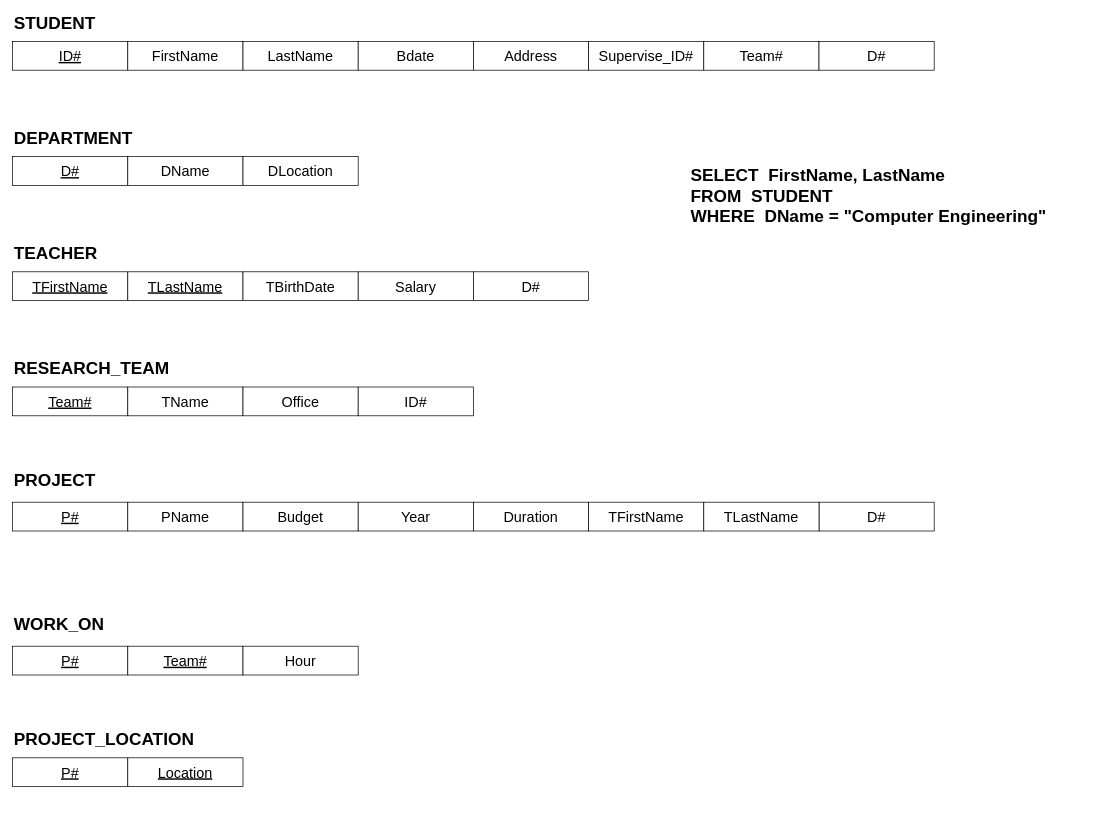
The draw.io diagram page "ข้อ3.2" (8 of 11) of relational_database_model.drawio in phlpat/test_repo, before the edit. Source tidied: cells renumbered, new cells numbered last; positions are measured from the earlier drawing's top-left corner, leaving out a move shared by most shapes. Both pictures are drawn from the tidied source at 72%, with x=0, y=0 at pixel (12, 12).
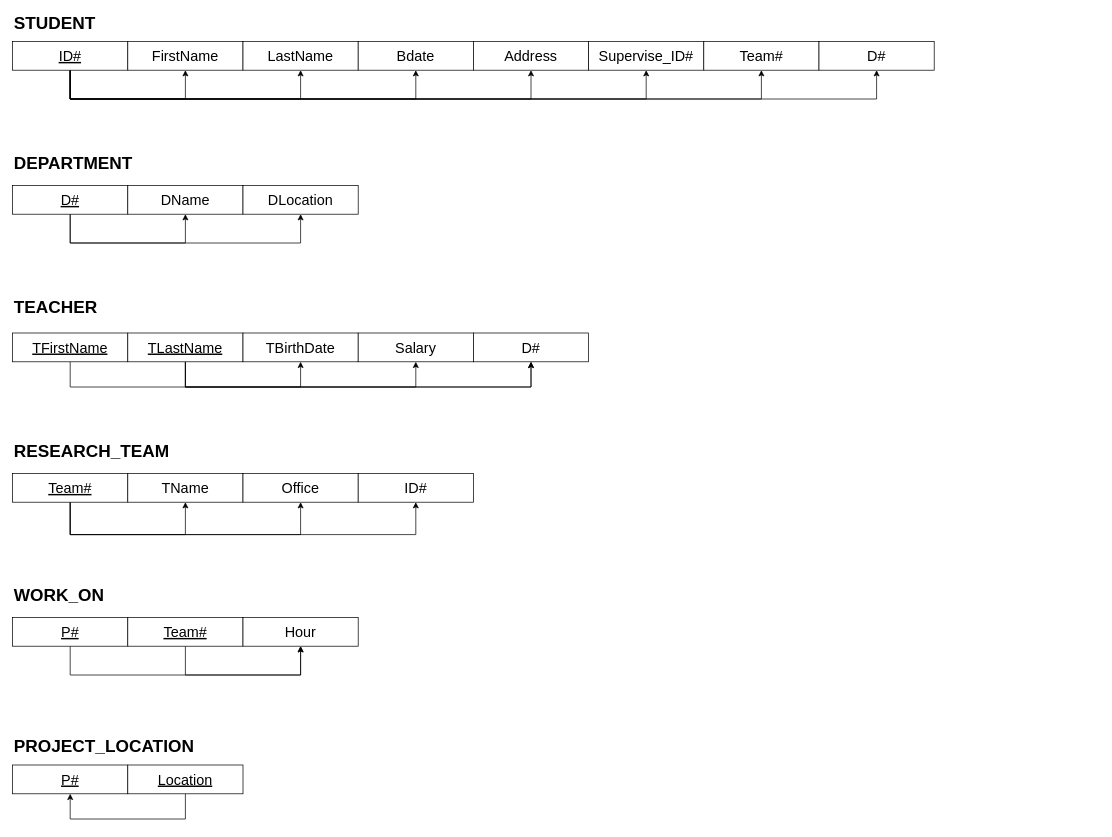
Above is the later version.

Unchanged cells that the change refers to:
```xml
<mxCell id="2" value="&lt;font style=&quot;font-size: 20px&quot;&gt;&lt;u&gt;ID#&lt;/u&gt;&lt;/font&gt;" style="rounded=0;whiteSpace=wrap;html=1;" parent="1" vertex="1">
  <mxGeometry y="40" width="160" height="40" as="geometry" />
</mxCell>
<mxCell id="8" value="&lt;font style=&quot;font-size: 20px&quot;&gt;FirstName&lt;/font&gt;" style="rounded=0;whiteSpace=wrap;html=1;" parent="1" vertex="1">
  <mxGeometry x="160" y="40" width="160" height="40" as="geometry" />
</mxCell>
<mxCell id="9" value="&lt;font style=&quot;font-size: 20px&quot;&gt;LastName&lt;/font&gt;" style="rounded=0;whiteSpace=wrap;html=1;" parent="1" vertex="1">
  <mxGeometry x="320" y="40" width="160" height="40" as="geometry" />
</mxCell>
<mxCell id="10" value="&lt;font style=&quot;font-size: 20px&quot;&gt;Bdate&lt;/font&gt;" style="rounded=0;whiteSpace=wrap;html=1;" parent="1" vertex="1">
  <mxGeometry x="480" y="40" width="160" height="40" as="geometry" />
</mxCell>
<mxCell id="11" value="&lt;font style=&quot;font-size: 20px&quot;&gt;Address&lt;/font&gt;" style="rounded=0;whiteSpace=wrap;html=1;" parent="1" vertex="1">
  <mxGeometry x="640" y="40" width="160" height="40" as="geometry" />
</mxCell>
<mxCell id="27" value="&lt;span style=&quot;font-size: 20px&quot;&gt;Supervise_ID#&lt;/span&gt;" style="rounded=0;whiteSpace=wrap;html=1;" parent="1" vertex="1">
  <mxGeometry x="800" y="40" width="160" height="40" as="geometry" />
</mxCell>
<mxCell id="28" value="&lt;span style=&quot;font-size: 20px&quot;&gt;Team#&lt;/span&gt;" style="rounded=0;whiteSpace=wrap;html=1;" parent="1" vertex="1">
  <mxGeometry x="960" y="40" width="160" height="40" as="geometry" />
</mxCell>
<mxCell id="30" value="&lt;font style=&quot;font-size: 20px&quot;&gt;D#&lt;/font&gt;" style="rounded=0;whiteSpace=wrap;html=1;" parent="1" vertex="1">
  <mxGeometry x="1120" y="40" width="160" height="40" as="geometry" />
</mxCell>
```

The edit, as a diff of the source:
```diff
@@
+    <mxCell id="43" style="edgeStyle=orthogonalEdgeStyle;rounded=0;jettySize=auto;html=1;entryX=0.5;entryY=1;entryDx=0;entryDy=0;" parent="1" edge="1" source="2" target="30">
+      <mxGeometry relative="1" as="geometry">
+        <Array as="points">
+          <mxPoint x="80" y="120" />
+          <mxPoint x="1200" y="120" />
+        </Array>
+      </mxGeometry>
+    </mxCell>
+    <mxCell id="44" style="edgeStyle=orthogonalEdgeStyle;rounded=0;jettySize=auto;html=1;entryX=0.5;entryY=1;entryDx=0;entryDy=0;" parent="1" edge="1" source="2" target="8">
+      <mxGeometry relative="1" as="geometry">
+        <Array as="points">
+          <mxPoint x="80" y="120" />
+          <mxPoint x="240" y="120" />
+        </Array>
+      </mxGeometry>
+    </mxCell>
+    <mxCell id="45" style="edgeStyle=orthogonalEdgeStyle;rounded=0;jettySize=auto;html=1;entryX=0.5;entryY=1;entryDx=0;entryDy=0;" parent="1" edge="1" source="2" target="9">
+      <mxGeometry relative="1" as="geometry">
+        <Array as="points">
+          <mxPoint x="80" y="120" />
+          <mxPoint x="400" y="120" />
+        </Array>
+      </mxGeometry>
+    </mxCell>
+    <mxCell id="46" style="edgeStyle=orthogonalEdgeStyle;rounded=0;jettySize=auto;html=1;entryX=0.5;entryY=1;entryDx=0;entryDy=0;" parent="1" edge="1" source="2" target="10">
+      <mxGeometry relative="1" as="geometry">
+        <Array as="points">
+          <mxPoint x="80" y="120" />
+          <mxPoint x="560" y="120" />
+        </Array>
+      </mxGeometry>
+    </mxCell>
+    <mxCell id="47" style="edgeStyle=orthogonalEdgeStyle;rounded=0;jettySize=auto;html=1;entryX=0.5;entryY=1;entryDx=0;entryDy=0;" parent="1" edge="1" source="2" target="11">
+      <mxGeometry relative="1" as="geometry">
+        <Array as="points">
+          <mxPoint x="80" y="120" />
+          <mxPoint x="720" y="120" />
+        </Array>
+      </mxGeometry>
+    </mxCell>
+    <mxCell id="48" style="edgeStyle=orthogonalEdgeStyle;rounded=0;jettySize=auto;html=1;entryX=0.5;entryY=1;entryDx=0;entryDy=0;" parent="1" edge="1" source="2" target="27">
+      <mxGeometry relative="1" as="geometry">
+        <Array as="points">
+          <mxPoint x="80" y="120" />
+          <mxPoint x="880" y="120" />
+        </Array>
+      </mxGeometry>
+    </mxCell>
+    <mxCell id="49" style="edgeStyle=orthogonalEdgeStyle;rounded=0;jettySize=auto;html=1;entryX=0.5;entryY=1;entryDx=0;entryDy=0;" parent="1" edge="1" source="2" target="28">
+      <mxGeometry relative="1" as="geometry">
+        <Array as="points">
+          <mxPoint x="80" y="120" />
+          <mxPoint x="1040" y="120" />
+        </Array>
+      </mxGeometry>
+    </mxCell>
@@
     <mxCell id="4" value="&lt;span style=&quot;font-size: 24px&quot;&gt;&lt;b&gt;DEPARTMENT&lt;/b&gt;&lt;/span&gt;" style="text;html=1;align=left;verticalAlign=middle;strokeColor=none;fillColor=none;" parent="1" vertex="1">
-      <mxGeometry y="165" width="180" height="20" as="geometry" />
+      <mxGeometry y="200" width="180" height="20" as="geometry" />
     </mxCell>
     <mxCell id="5" value="&lt;span style=&quot;font-size: 24px&quot;&gt;&lt;b&gt;TEACHER&lt;/b&gt;&lt;/span&gt;" style="text;html=1;align=left;verticalAlign=middle;strokeColor=none;fillColor=none;" parent="1" vertex="1">
-      <mxGeometry y="325" width="130" height="20" as="geometry" />
+      <mxGeometry y="400" width="130" height="20" as="geometry" />
     </mxCell>
     <mxCell id="6" value="&lt;span style=&quot;font-size: 24px&quot;&gt;&lt;b&gt;RESEARCH_TEAM&lt;/b&gt;&lt;/span&gt;" style="text;html=1;align=left;verticalAlign=middle;strokeColor=none;fillColor=none;" parent="1" vertex="1">
-      <mxGeometry y="485" width="230" height="20" as="geometry" />
+      <mxGeometry y="600" width="230" height="20" as="geometry" />
     </mxCell>
-    <mxCell id="7" value="&lt;span style=&quot;font-size: 24px&quot;&gt;&lt;b&gt;PROJECT&lt;/b&gt;&lt;/span&gt;" style="text;html=1;align=left;verticalAlign=middle;strokeColor=none;fillColor=none;" parent="1" vertex="1">
-      <mxGeometry y="640" width="130" height="20" as="geometry" />
-    </mxCell>
@@
+    <mxCell id="50" style="edgeStyle=orthogonalEdgeStyle;rounded=0;jettySize=auto;html=1;entryX=0.5;entryY=1;entryDx=0;entryDy=0;" parent="1" edge="1" source="12" target="14">
+      <mxGeometry relative="1" as="geometry">
+        <Array as="points">
+          <mxPoint x="80" y="320" />
+          <mxPoint x="400" y="320" />
+        </Array>
+      </mxGeometry>
+    </mxCell>
+    <mxCell id="51" style="edgeStyle=orthogonalEdgeStyle;rounded=0;jettySize=auto;html=1;entryX=0.5;entryY=1;entryDx=0;entryDy=0;" parent="1" edge="1" source="12" target="13">
+      <mxGeometry relative="1" as="geometry">
+        <Array as="points">
+          <mxPoint x="80" y="320" />
+          <mxPoint x="240" y="320" />
+        </Array>
+      </mxGeometry>
+    </mxCell>
     <mxCell id="12" value="&lt;font style=&quot;font-size: 20px&quot;&gt;&lt;u&gt;D#&lt;/u&gt;&lt;/font&gt;" style="rounded=0;whiteSpace=wrap;html=1;" parent="1" vertex="1">
-      <mxGeometry y="200" width="160" height="40" as="geometry" />
+      <mxGeometry y="240" width="160" height="40" as="geometry" />
     </mxCell>
     <mxCell id="13" value="&lt;span style=&quot;font-size: 20px&quot;&gt;DName&lt;/span&gt;" style="rounded=0;whiteSpace=wrap;html=1;" parent="1" vertex="1">
-      <mxGeometry x="160" y="200" width="160" height="40" as="geometry" />
+      <mxGeometry x="160" y="240" width="160" height="40" as="geometry" />
     </mxCell>
     <mxCell id="14" value="&lt;font style=&quot;font-size: 20px&quot;&gt;DLocation&lt;/font&gt;" style="rounded=0;whiteSpace=wrap;html=1;" parent="1" vertex="1">
-      <mxGeometry x="320" y="200" width="160" height="40" as="geometry" />
+      <mxGeometry x="320" y="240" width="160" height="40" as="geometry" />
     </mxCell>
+    <mxCell id="52" style="edgeStyle=orthogonalEdgeStyle;rounded=0;jettySize=auto;html=1;entryX=0.5;entryY=1;entryDx=0;entryDy=0;" parent="1" edge="1" source="15" target="31">
+      <mxGeometry relative="1" as="geometry">
+        <Array as="points">
+          <mxPoint x="80" y="520" />
+          <mxPoint x="720" y="520" />
+        </Array>
+      </mxGeometry>
+    </mxCell>
     <mxCell id="15" value="&lt;font style=&quot;font-size: 20px&quot;&gt;&lt;u&gt;TFirstName&lt;/u&gt;&lt;/font&gt;" style="rounded=0;whiteSpace=wrap;html=1;" parent="1" vertex="1">
-      <mxGeometry y="360" width="160" height="40" as="geometry" />
+      <mxGeometry y="445" width="160" height="40" as="geometry" />
     </mxCell>
+    <mxCell id="53" style="edgeStyle=orthogonalEdgeStyle;rounded=0;jettySize=auto;html=1;entryX=0.5;entryY=1;entryDx=0;entryDy=0;" parent="1" edge="1" source="16" target="31">
+      <mxGeometry relative="1" as="geometry">
+        <Array as="points">
+          <mxPoint x="240" y="520" />
+          <mxPoint x="720" y="520" />
+        </Array>
+      </mxGeometry>
+    </mxCell>
+    <mxCell id="54" style="edgeStyle=orthogonalEdgeStyle;rounded=0;jettySize=auto;html=1;entryX=0.5;entryY=1;entryDx=0;entryDy=0;" parent="1" edge="1" source="16" target="17">
+      <mxGeometry relative="1" as="geometry">
+        <Array as="points">
+          <mxPoint x="240" y="520" />
+          <mxPoint x="400" y="520" />
+        </Array>
+      </mxGeometry>
+    </mxCell>
+    <mxCell id="55" style="edgeStyle=orthogonalEdgeStyle;rounded=0;jettySize=auto;html=1;entryX=0.5;entryY=1;entryDx=0;entryDy=0;" parent="1" edge="1" source="16" target="18">
+      <mxGeometry relative="1" as="geometry">
+        <Array as="points">
+          <mxPoint x="240" y="520" />
+          <mxPoint x="560" y="520" />
+        </Array>
+      </mxGeometry>
+    </mxCell>
     <mxCell id="16" value="&lt;u style=&quot;font-size: 20px&quot;&gt;TLastName&lt;/u&gt;" style="rounded=0;whiteSpace=wrap;html=1;" parent="1" vertex="1">
-      <mxGeometry x="160" y="360" width="160" height="40" as="geometry" />
+      <mxGeometry x="160" y="445" width="160" height="40" as="geometry" />
     </mxCell>
     <mxCell id="17" value="&lt;font style=&quot;font-size: 20px&quot;&gt;TBirthDate&lt;/font&gt;" style="rounded=0;whiteSpace=wrap;html=1;" parent="1" vertex="1">
-      <mxGeometry x="320" y="360" width="160" height="40" as="geometry" />
+      <mxGeometry x="320" y="445" width="160" height="40" as="geometry" />
     </mxCell>
     <mxCell id="18" value="&lt;font style=&quot;font-size: 20px&quot;&gt;Salary&lt;/font&gt;" style="rounded=0;whiteSpace=wrap;html=1;" parent="1" vertex="1">
-      <mxGeometry x="480" y="360" width="160" height="40" as="geometry" />
+      <mxGeometry x="480" y="445" width="160" height="40" as="geometry" />
     </mxCell>
+    <mxCell id="56" style="edgeStyle=orthogonalEdgeStyle;rounded=0;jettySize=auto;html=1;" parent="1" edge="1" source="19" target="20">
+      <mxGeometry relative="1" as="geometry">
+        <Array as="points">
+          <mxPoint x="80" y="725" />
+          <mxPoint x="240" y="725" />
+        </Array>
+      </mxGeometry>
+    </mxCell>
+    <mxCell id="57" style="edgeStyle=orthogonalEdgeStyle;rounded=0;jettySize=auto;html=1;entryX=0.5;entryY=1;entryDx=0;entryDy=0;" parent="1" edge="1" source="19" target="21">
+      <mxGeometry relative="1" as="geometry">
+        <Array as="points">
+          <mxPoint x="80" y="725" />
+          <mxPoint x="400" y="725" />
+        </Array>
+      </mxGeometry>
+    </mxCell>
+    <mxCell id="58" style="edgeStyle=orthogonalEdgeStyle;rounded=0;jettySize=auto;html=1;entryX=0.5;entryY=1;entryDx=0;entryDy=0;" parent="1" edge="1" source="19" target="29">
+      <mxGeometry relative="1" as="geometry">
+        <Array as="points">
+          <mxPoint x="80" y="725" />
+          <mxPoint x="560" y="725" />
+        </Array>
+      </mxGeometry>
+    </mxCell>
     <mxCell id="19" value="&lt;font style=&quot;font-size: 20px&quot;&gt;&lt;u&gt;Team#&lt;/u&gt;&lt;/font&gt;" style="rounded=0;whiteSpace=wrap;html=1;" parent="1" vertex="1">
-      <mxGeometry y="520" width="160" height="40" as="geometry" />
+      <mxGeometry y="640" width="160" height="40" as="geometry" />
     </mxCell>
     <mxCell id="20" value="&lt;font style=&quot;font-size: 20px&quot;&gt;TName&lt;/font&gt;" style="rounded=0;whiteSpace=wrap;html=1;" parent="1" vertex="1">
-      <mxGeometry x="160" y="520" width="160" height="40" as="geometry" />
+      <mxGeometry x="160" y="640" width="160" height="40" as="geometry" />
     </mxCell>
     <mxCell id="21" value="&lt;font style=&quot;font-size: 20px&quot;&gt;Office&lt;/font&gt;" style="rounded=0;whiteSpace=wrap;html=1;" parent="1" vertex="1">
-      <mxGeometry x="320" y="520" width="160" height="40" as="geometry" />
+      <mxGeometry x="320" y="640" width="160" height="40" as="geometry" />
     </mxCell>
-    <mxCell id="22" value="&lt;font style=&quot;font-size: 20px&quot;&gt;&lt;u&gt;P#&lt;/u&gt;&lt;/font&gt;" style="rounded=0;whiteSpace=wrap;html=1;" parent="1" vertex="1">
-      <mxGeometry y="680" width="160" height="40" as="geometry" />
-    </mxCell>
-    <mxCell id="23" value="&lt;font style=&quot;font-size: 20px&quot;&gt;PName&lt;/font&gt;" style="rounded=0;whiteSpace=wrap;html=1;" parent="1" vertex="1">
-      <mxGeometry x="160" y="680" width="160" height="40" as="geometry" />
-    </mxCell>
-    <mxCell id="24" value="&lt;font style=&quot;font-size: 20px&quot;&gt;Budget&lt;/font&gt;" style="rounded=0;whiteSpace=wrap;html=1;" parent="1" vertex="1">
-      <mxGeometry x="320" y="680" width="160" height="40" as="geometry" />
-    </mxCell>
-    <mxCell id="25" value="&lt;font style=&quot;font-size: 20px&quot;&gt;Year&lt;/font&gt;" style="rounded=0;whiteSpace=wrap;html=1;" parent="1" vertex="1">
-      <mxGeometry x="480" y="680" width="160" height="40" as="geometry" />
-    </mxCell>
-    <mxCell id="26" value="&lt;span style=&quot;font-size: 20px&quot;&gt;Duration&lt;/span&gt;" style="rounded=0;whiteSpace=wrap;html=1;" parent="1" vertex="1">
-      <mxGeometry x="640" y="680" width="160" height="40" as="geometry" />
-    </mxCell>
@@
     <mxCell id="29" value="&lt;font style=&quot;font-size: 20px&quot;&gt;ID#&lt;/font&gt;" style="rounded=0;whiteSpace=wrap;html=1;" parent="1" vertex="1">
-      <mxGeometry x="480" y="520" width="160" height="40" as="geometry" />
+      <mxGeometry x="480" y="640" width="160" height="40" as="geometry" />
     </mxCell>
@@
     <mxCell id="31" value="&lt;font style=&quot;font-size: 20px&quot;&gt;D#&lt;/font&gt;" style="rounded=0;whiteSpace=wrap;html=1;" parent="1" vertex="1">
-      <mxGeometry x="640" y="360" width="160" height="40" as="geometry" />
+      <mxGeometry x="640" y="445" width="160" height="40" as="geometry" />
     </mxCell>
-    <mxCell id="32" value="&lt;font style=&quot;font-size: 20px&quot;&gt;TFirstName&lt;/font&gt;" style="rounded=0;whiteSpace=wrap;html=1;" parent="1" vertex="1">
-      <mxGeometry x="800" y="680" width="160" height="40" as="geometry" />
-    </mxCell>
-    <mxCell id="33" value="&lt;font style=&quot;font-size: 20px&quot;&gt;D#&lt;/font&gt;" style="rounded=0;whiteSpace=wrap;html=1;" parent="1" vertex="1">
-      <mxGeometry x="1120" y="680" width="160" height="40" as="geometry" />
-    </mxCell>
     <mxCell id="34" value="&lt;span style=&quot;font-size: 24px&quot;&gt;&lt;b&gt;WORK_ON&lt;/b&gt;&lt;/span&gt;" style="text;html=1;align=left;verticalAlign=middle;strokeColor=none;fillColor=none;" parent="1" vertex="1">
-      <mxGeometry y="840" width="140" height="20" as="geometry" />
+      <mxGeometry y="800" width="140" height="20" as="geometry" />
     </mxCell>
+    <mxCell id="59" style="edgeStyle=orthogonalEdgeStyle;rounded=0;jettySize=auto;html=1;entryX=0.5;entryY=1;entryDx=0;entryDy=0;" parent="1" edge="1" source="35" target="37">
+      <mxGeometry relative="1" as="geometry">
+        <Array as="points">
+          <mxPoint x="80" y="920" />
+          <mxPoint x="400" y="920" />
+        </Array>
+      </mxGeometry>
+    </mxCell>
     <mxCell id="35" value="&lt;font style=&quot;font-size: 20px&quot;&gt;&lt;u&gt;P#&lt;/u&gt;&lt;/font&gt;" style="rounded=0;whiteSpace=wrap;html=1;" parent="1" vertex="1">
-      <mxGeometry y="880" width="160" height="40" as="geometry" />
+      <mxGeometry y="840" width="160" height="40" as="geometry" />
     </mxCell>
+    <mxCell id="60" style="edgeStyle=orthogonalEdgeStyle;rounded=0;jettySize=auto;html=1;entryX=0.5;entryY=1;entryDx=0;entryDy=0;" parent="1" edge="1" source="36" target="37">
+      <mxGeometry relative="1" as="geometry">
+        <Array as="points">
+          <mxPoint x="240" y="920" />
+          <mxPoint x="400" y="920" />
+        </Array>
+      </mxGeometry>
+    </mxCell>
     <mxCell id="36" value="&lt;span style=&quot;font-size: 20px&quot;&gt;&lt;u&gt;Team#&lt;/u&gt;&lt;/span&gt;" style="rounded=0;whiteSpace=wrap;html=1;" parent="1" vertex="1">
-      <mxGeometry x="160" y="880" width="160" height="40" as="geometry" />
+      <mxGeometry x="160" y="840" width="160" height="40" as="geometry" />
     </mxCell>
     <mxCell id="37" value="&lt;font style=&quot;font-size: 20px&quot;&gt;Hour&lt;/font&gt;" style="rounded=0;whiteSpace=wrap;html=1;" parent="1" vertex="1">
-      <mxGeometry x="320" y="880" width="160" height="40" as="geometry" />
+      <mxGeometry x="320" y="840" width="160" height="40" as="geometry" />
     </mxCell>
     <mxCell id="38" value="&lt;span style=&quot;font-size: 24px&quot;&gt;&lt;b&gt;PROJECT_LOCATION&lt;/b&gt;&lt;/span&gt;" style="text;html=1;align=left;verticalAlign=middle;strokeColor=none;fillColor=none;" parent="1" vertex="1">
-      <mxGeometry y="1000" width="270" height="20" as="geometry" />
+      <mxGeometry y="1010" width="270" height="20" as="geometry" />
     </mxCell>
     <mxCell id="39" value="&lt;font style=&quot;font-size: 20px&quot;&gt;&lt;u&gt;P#&lt;/u&gt;&lt;/font&gt;" style="rounded=0;whiteSpace=wrap;html=1;" parent="1" vertex="1">
-      <mxGeometry y="1035" width="160" height="40" as="geometry" />
+      <mxGeometry y="1045" width="160" height="40" as="geometry" />
     </mxCell>
+    <mxCell id="61" style="edgeStyle=orthogonalEdgeStyle;rounded=0;jettySize=auto;html=1;entryX=0.5;entryY=1;entryDx=0;entryDy=0;" parent="1" edge="1" source="40" target="39">
+      <mxGeometry relative="1" as="geometry">
+        <Array as="points">
+          <mxPoint x="240" y="1120" />
+          <mxPoint x="80" y="1120" />
+        </Array>
+      </mxGeometry>
+    </mxCell>
     <mxCell id="40" value="&lt;font style=&quot;font-size: 20px&quot;&gt;&lt;u&gt;Location&lt;/u&gt;&lt;/font&gt;" style="rounded=0;whiteSpace=wrap;html=1;" parent="1" vertex="1">
-      <mxGeometry x="160" y="1035" width="160" height="40" as="geometry" />
+      <mxGeometry x="160" y="1045" width="160" height="40" as="geometry" />
     </mxCell>
-    <mxCell id="41" value="&lt;span style=&quot;font-size: 20px&quot;&gt;TLastName&lt;/span&gt;" style="rounded=0;whiteSpace=wrap;html=1;" parent="1" vertex="1">
-      <mxGeometry x="960" y="680" width="160" height="40" as="geometry" />
-    </mxCell>
-    <mxCell id="42" value="&lt;span style=&quot;font-size: 24px&quot;&gt;&lt;b&gt;SELECT&lt;span style=&quot;white-space: pre&quot;&gt; &lt;/span&gt;&lt;span style=&quot;white-space: pre&quot;&gt; &lt;/span&gt;FirstName, LastName&lt;br&gt;FROM&lt;span style=&quot;white-space: pre&quot;&gt; &lt;/span&gt;&lt;span style=&quot;white-space: pre&quot;&gt; &lt;/span&gt;STUDENT&lt;br&gt;WHERE&lt;span style=&quot;white-space: pre&quot;&gt; &lt;/span&gt;&lt;span style=&quot;white-space: pre&quot;&gt; &lt;/span&gt;DName = &quot;Computer Engineering&quot;&lt;br&gt;&lt;/b&gt;&lt;/span&gt;" style="text;html=1;align=left;verticalAlign=middle;strokeColor=none;fillColor=none;" parent="1" vertex="1">
-      <mxGeometry x="940" y="225" width="570" height="60" as="geometry" />
-    </mxCell>
```
